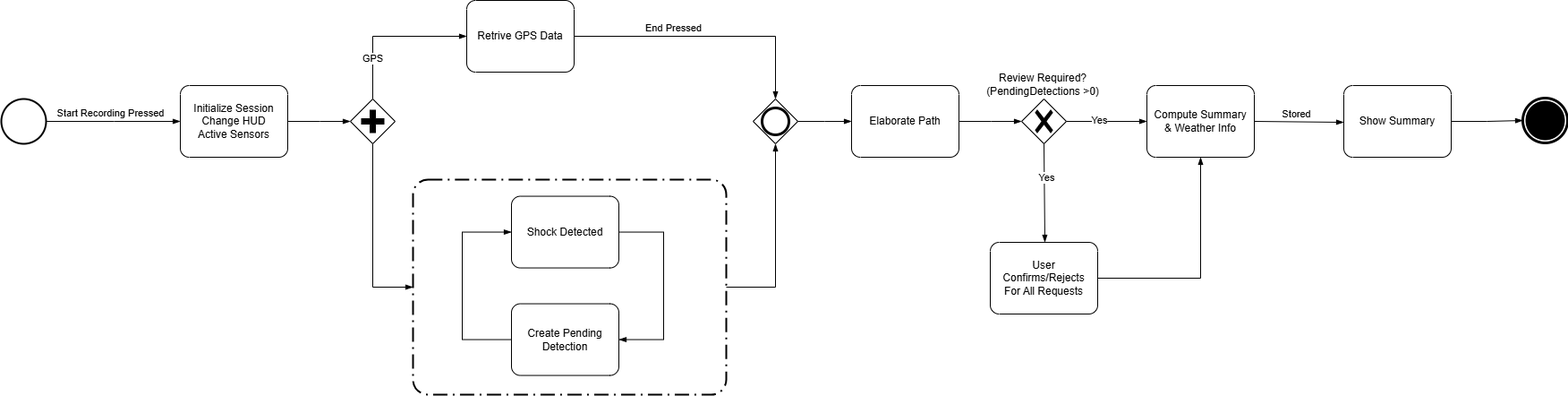
jacopobellosi/Bellosi-Montanelli-Tempobono keeps this draw.io diagram as RASD/LaTeXCode/images/StateDiagrams/AutomaticRecording.drawio.png. Above is the earlier version. Source tidied: cells renumbered, new cells last; positions are measured from the earlier drawing's top-left corner, leaving out a move shared by most shapes.
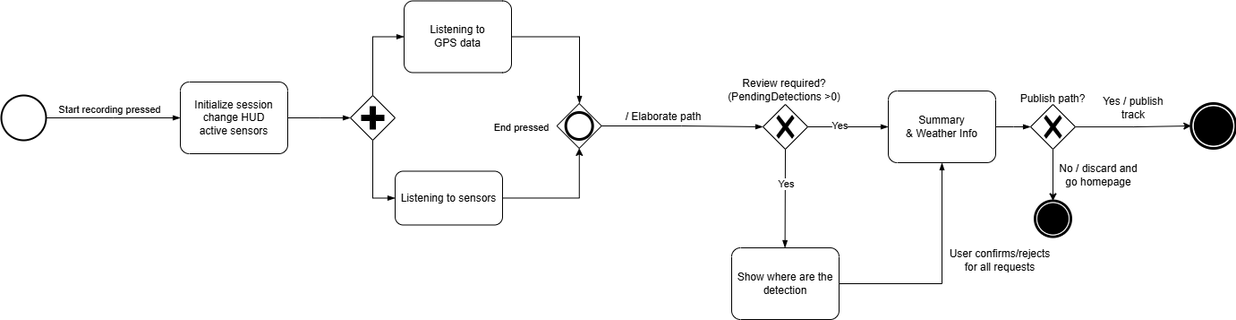
After the commit.

Change to the diagram source:
```diff
@@ -2,9 +2,6 @@
   <root>
     <mxCell id="0" />
     <mxCell id="1" parent="0" />
-    <mxCell id="2" style="points=[[0.25,0,0],[0.5,0,0],[0.75,0,0],[1,0.25,0],[1,0.5,0],[1,0.75,0],[0.75,1,0],[0.5,1,0],[0.25,1,0],[0,0.75,0],[0,0.5,0],[0,0.25,0]];rounded=1;arcSize=7;dashed=1;fillColor=none;gradientColor=none;dashPattern=8 3 1 3;strokeWidth=2;whiteSpace=wrap;html=1;shadow=0;" parent="1" vertex="1">
-      <mxGeometry x="460" y="200" width="350" height="240" as="geometry" />
-    </mxCell>
     <mxCell id="3" style="strokeWidth=2;html=1;shape=mxgraph.flowchart.start_2;whiteSpace=wrap;" parent="1" vertex="1">
       <mxGeometry y="110" width="50" height="50" as="geometry" />
     </mxCell>
@@ -13,12 +10,12 @@
         <mxPoint x="200" y="135" as="targetPoint" />
       </mxGeometry>
     </mxCell>
-    <mxCell id="5" value="Start Recording Pressed" style="edgeLabel;html=1;align=center;verticalAlign=middle;" parent="4" vertex="1">
+    <mxCell id="5" value="Start recording pressed" style="edgeLabel;html=1;align=center;verticalAlign=middle;" parent="4" vertex="1">
       <mxGeometry x="-0.15" y="1" relative="1" as="geometry">
         <mxPoint x="7" y="-9" as="offset" />
       </mxGeometry>
     </mxCell>
-    <mxCell id="6" value="Initialize Session&lt;div&gt;Change HUD&lt;/div&gt;&lt;div&gt;Active Sensors&lt;/div&gt;" style="points=[[0.25,0,0],[0.5,0,0],[0.75,0,0],[1,0.25,0],[1,0.5,0],[1,0.75,0],[0.75,1,0],[0.5,1,0],[0.25,1,0],[0,0.75,0],[0,0.5,0],[0,0.25,0]];shape=mxgraph.bpmn.task2;whiteSpace=wrap;rectStyle=rounded;size=10;html=1;taskMarker=abstract;" parent="1" vertex="1">
+    <mxCell id="6" value="Initialize session&lt;div&gt;change HUD&lt;/div&gt;&lt;div&gt;active sensors&lt;/div&gt;" style="points=[[0.25,0,0],[0.5,0,0],[0.75,0,0],[1,0.25,0],[1,0.5,0],[1,0.75,0],[0.75,1,0],[0.5,1,0],[0.25,1,0],[0,0.75,0],[0,0.5,0],[0,0.25,0]];shape=mxgraph.bpmn.task2;whiteSpace=wrap;rectStyle=rounded;size=10;html=1;taskMarker=abstract;" parent="1" vertex="1">
       <mxGeometry x="200" y="95" width="120" height="80" as="geometry" />
     </mxCell>
     <mxCell id="7" style="edgeStyle=elbowEdgeStyle;fontSize=12;html=1;endArrow=blockThin;endFill=1;rounded=0;exitX=1;exitY=0.5;exitDx=0;exitDy=0;exitPerimeter=0;entryX=0;entryY=0.5;entryDx=0;entryDy=0;entryPerimeter=0;" parent="1" edge="1" source="6" target="8">
@@ -27,15 +24,9 @@
     <mxCell id="8" style="points=[[0.25,0.25,0],[0.5,0,0],[0.75,0.25,0],[1,0.5,0],[0.75,0.75,0],[0.5,1,0],[0.25,0.75,0],[0,0.5,0]];shape=mxgraph.bpmn.gateway2;html=1;verticalLabelPosition=bottom;labelBackgroundColor=#ffffff;verticalAlign=top;align=center;perimeter=rhombusPerimeter;outlineConnect=0;outline=none;symbol=none;gwType=parallel;" parent="1" vertex="1">
       <mxGeometry x="390" y="110" width="50" height="50" as="geometry" />
     </mxCell>
-    <mxCell id="9" value="Retrive GPS Data" style="points=[[0.25,0,0],[0.5,0,0],[0.75,0,0],[1,0.25,0],[1,0.5,0],[1,0.75,0],[0.75,1,0],[0.5,1,0],[0.25,1,0],[0,0.75,0],[0,0.5,0],[0,0.25,0]];shape=mxgraph.bpmn.task2;whiteSpace=wrap;rectStyle=rounded;size=10;html=1;taskMarker=abstract;" parent="1" vertex="1">
-      <mxGeometry x="520" width="120" height="80" as="geometry" />
+    <mxCell id="9" value="Listening to &lt;br&gt;GPS data" style="points=[[0.25,0,0],[0.5,0,0],[0.75,0,0],[1,0.25,0],[1,0.5,0],[1,0.75,0],[0.75,1,0],[0.5,1,0],[0.25,1,0],[0,0.75,0],[0,0.5,0],[0,0.25,0]];shape=mxgraph.bpmn.task2;whiteSpace=wrap;rectStyle=rounded;size=10;html=1;taskMarker=abstract;" parent="1" vertex="1">
+      <mxGeometry x="450" y="4.5" width="120" height="80" as="geometry" />
     </mxCell>
-    <mxCell id="10" value="Shock Detected" style="points=[[0.25,0,0],[0.5,0,0],[0.75,0,0],[1,0.25,0],[1,0.5,0],[1,0.75,0],[0.75,1,0],[0.5,1,0],[0.25,1,0],[0,0.75,0],[0,0.5,0],[0,0.25,0]];shape=mxgraph.bpmn.task2;whiteSpace=wrap;rectStyle=rounded;size=10;html=1;taskMarker=abstract;" parent="1" vertex="1">
-      <mxGeometry x="570" y="218.6" width="120" height="80" as="geometry" />
-    </mxCell>
-    <mxCell id="11" value="Create Pending&lt;div&gt;Detection&lt;/div&gt;" style="points=[[0.25,0,0],[0.5,0,0],[0.75,0,0],[1,0.25,0],[1,0.5,0],[1,0.75,0],[0.75,1,0],[0.5,1,0],[0.25,1,0],[0,0.75,0],[0,0.5,0],[0,0.25,0]];shape=mxgraph.bpmn.task2;whiteSpace=wrap;rectStyle=rounded;size=10;html=1;taskMarker=abstract;" parent="1" vertex="1">
-      <mxGeometry x="570" y="338.6" width="120" height="80" as="geometry" />
-    </mxCell>
     <mxCell id="12" style="edgeStyle=elbowEdgeStyle;fontSize=12;html=1;endArrow=blockThin;endFill=1;rounded=0;exitX=0.5;exitY=0;exitDx=0;exitDy=0;exitPerimeter=0;entryX=0;entryY=0.5;entryDx=0;entryDy=0;entryPerimeter=0;" parent="1" edge="1" source="8" target="9">
       <mxGeometry relative="1" as="geometry">
         <Array as="points">
@@ -43,30 +34,10 @@
         </Array>
       </mxGeometry>
     </mxCell>
-    <mxCell id="13" value="GPS" style="edgeLabel;html=1;align=center;verticalAlign=middle;" parent="12" vertex="1">
-      <mxGeometry x="-0.48" y="1" relative="1" as="geometry" />
-    </mxCell>
-    <mxCell id="14" style="edgeStyle=elbowEdgeStyle;fontSize=12;html=1;endArrow=blockThin;endFill=1;rounded=0;exitX=0;exitY=0.5;exitDx=0;exitDy=0;exitPerimeter=0;entryX=0;entryY=0.5;entryDx=0;entryDy=0;entryPerimeter=0;" parent="1" edge="1" source="11" target="10">
-      <mxGeometry relative="1" as="geometry">
-        <Array as="points">
-          <mxPoint x="515" y="328.6" />
-        </Array>
-      </mxGeometry>
-    </mxCell>
-    <mxCell id="15" style="edgeStyle=elbowEdgeStyle;fontSize=12;html=1;endArrow=blockThin;endFill=1;rounded=0;exitX=1;exitY=0.5;exitDx=0;exitDy=0;exitPerimeter=0;entryX=1;entryY=0.5;entryDx=0;entryDy=0;entryPerimeter=0;" parent="1" edge="1" source="10" target="11">
-      <mxGeometry relative="1" as="geometry">
-        <Array as="points">
-          <mxPoint x="740" y="318.6" />
-        </Array>
-      </mxGeometry>
-    </mxCell>
-    <mxCell id="16" value="Elaborate Path" style="points=[[0.25,0,0],[0.5,0,0],[0.75,0,0],[1,0.25,0],[1,0.5,0],[1,0.75,0],[0.75,1,0],[0.5,1,0],[0.25,1,0],[0,0.75,0],[0,0.5,0],[0,0.25,0]];shape=mxgraph.bpmn.task2;whiteSpace=wrap;rectStyle=rounded;size=10;html=1;taskMarker=abstract;" parent="1" vertex="1">
-      <mxGeometry x="950" y="95" width="120" height="80" as="geometry" />
-    </mxCell>
     <mxCell id="17" style="points=[[0.25,0.25,0],[0.5,0,0],[0.75,0.25,0],[1,0.5,0],[0.75,0.75,0],[0.5,1,0],[0.25,0.75,0],[0,0.5,0]];shape=mxgraph.bpmn.gateway2;html=1;verticalLabelPosition=bottom;labelBackgroundColor=#ffffff;verticalAlign=top;align=center;perimeter=rhombusPerimeter;outlineConnect=0;outline=end;symbol=general;" parent="1" vertex="1">
-      <mxGeometry x="840" y="110" width="50" height="50" as="geometry" />
+      <mxGeometry x="620.7" y="119" width="50" height="50" as="geometry" />
     </mxCell>
-    <mxCell id="18" style="edgeStyle=elbowEdgeStyle;fontSize=12;html=1;endArrow=blockThin;endFill=1;rounded=0;exitX=0.5;exitY=1;exitDx=0;exitDy=0;exitPerimeter=0;entryX=0;entryY=0.5;entryDx=0;entryDy=0;entryPerimeter=0;" parent="1" edge="1" source="8" target="2">
+    <mxCell id="18" style="edgeStyle=elbowEdgeStyle;fontSize=12;html=1;endArrow=blockThin;endFill=1;rounded=0;exitX=0.5;exitY=1;exitDx=0;exitDy=0;exitPerimeter=0;entryX=0;entryY=0.5;entryDx=0;entryDy=0;entryPerimeter=0;" parent="1" edge="1" source="8" target="48">
       <mxGeometry relative="1" as="geometry">
         <Array as="points">
           <mxPoint x="415" y="240" />
@@ -76,39 +47,29 @@
     <mxCell id="19" style="edgeStyle=elbowEdgeStyle;fontSize=12;html=1;endArrow=blockThin;endFill=1;rounded=0;exitX=1;exitY=0.5;exitDx=0;exitDy=0;exitPerimeter=0;entryX=0.5;entryY=0;entryDx=0;entryDy=0;entryPerimeter=0;" parent="1" edge="1" source="9" target="17">
       <mxGeometry relative="1" as="geometry">
         <Array as="points">
-          <mxPoint x="865" y="70" />
+          <mxPoint x="646" y="74.5" />
         </Array>
       </mxGeometry>
     </mxCell>
-    <mxCell id="20" value="End Pressed" style="edgeLabel;html=1;align=center;verticalAlign=middle;" parent="19" vertex="1">
+    <mxCell id="20" value="End pressed" style="edgeLabel;html=1;align=center;verticalAlign=middle;" parent="19" vertex="1">
       <mxGeometry x="-0.23" y="2" relative="1" as="geometry">
-        <mxPoint x="-4" y="-8" as="offset" />
+        <mxPoint x="-48" y="103" as="offset" />
       </mxGeometry>
     </mxCell>
-    <mxCell id="21" style="edgeStyle=elbowEdgeStyle;fontSize=12;html=1;endArrow=blockThin;endFill=1;rounded=0;exitX=1;exitY=0.5;exitDx=0;exitDy=0;exitPerimeter=0;entryX=0.5;entryY=1;entryDx=0;entryDy=0;entryPerimeter=0;" parent="1" edge="1" source="2" target="17">
-      <mxGeometry relative="1" as="geometry">
-        <Array as="points">
-          <mxPoint x="865" y="240" />
-        </Array>
-      </mxGeometry>
-    </mxCell>
-    <mxCell id="22" style="edgeStyle=elbowEdgeStyle;fontSize=12;html=1;endArrow=blockThin;endFill=1;rounded=0;exitX=1;exitY=0.5;exitDx=0;exitDy=0;exitPerimeter=0;entryX=0;entryY=0.5;entryDx=0;entryDy=0;entryPerimeter=0;" parent="1" edge="1" source="17" target="16">
-      <mxGeometry relative="1" as="geometry" />
-    </mxCell>
-    <mxCell id="23" style="edgeStyle=elbowEdgeStyle;fontSize=12;html=1;endArrow=blockThin;endFill=1;rounded=0;exitX=1;exitY=0.5;exitDx=0;exitDy=0;exitPerimeter=0;entryX=0;entryY=0.5;entryDx=0;entryDy=0;entryPerimeter=0;" parent="1" edge="1" source="16" target="24">
+    <mxCell id="23" style="edgeStyle=elbowEdgeStyle;fontSize=12;html=1;endArrow=blockThin;endFill=1;rounded=0;exitX=1;exitY=0.5;exitDx=0;exitDy=0;exitPerimeter=0;entryX=0;entryY=0.5;entryDx=0;entryDy=0;entryPerimeter=0;" parent="1" edge="1" source="17" target="24">
       <mxGeometry relative="1" as="geometry" />
     </mxCell>
     <mxCell id="24" style="points=[[0.25,0.25,0],[0.5,0,0],[0.75,0.25,0],[1,0.5,0],[0.75,0.75,0],[0.5,1,0],[0.25,0.75,0],[0,0.5,0]];shape=mxgraph.bpmn.gateway2;html=1;verticalLabelPosition=bottom;labelBackgroundColor=#ffffff;verticalAlign=top;align=center;perimeter=rhombusPerimeter;outlineConnect=0;outline=none;symbol=none;gwType=exclusive;" parent="1" vertex="1">
-      <mxGeometry x="1140" y="110" width="50" height="50" as="geometry" />
+      <mxGeometry x="851" y="120" width="50" height="50" as="geometry" />
     </mxCell>
-    <mxCell id="25" value="Review Required?&lt;div&gt;(PendingDetections &amp;gt;0)&lt;/div&gt;" style="text;html=1;whiteSpace=wrap;strokeColor=none;fillColor=none;align=center;verticalAlign=middle;rounded=0;" parent="1" vertex="1">
-      <mxGeometry x="1099" y="79" width="130" height="30" as="geometry" />
+    <mxCell id="25" value="Review required?&lt;div&gt;(PendingDetections &amp;gt;0)&lt;/div&gt;" style="text;html=1;whiteSpace=wrap;strokeColor=none;fillColor=none;align=center;verticalAlign=middle;rounded=0;" parent="1" vertex="1">
+      <mxGeometry x="810" y="89" width="130" height="30" as="geometry" />
     </mxCell>
-    <mxCell id="26" value="Compute Summary&lt;div&gt;&amp;amp; Weather Info&lt;/div&gt;" style="points=[[0.25,0,0],[0.5,0,0],[0.75,0,0],[1,0.25,0],[1,0.5,0],[1,0.75,0],[0.75,1,0],[0.5,1,0],[0.25,1,0],[0,0.75,0],[0,0.5,0],[0,0.25,0]];shape=mxgraph.bpmn.task2;whiteSpace=wrap;rectStyle=rounded;size=10;html=1;taskMarker=abstract;" parent="1" vertex="1">
-      <mxGeometry x="1280" y="95" width="120" height="80" as="geometry" />
+    <mxCell id="26" value="Summary&lt;div&gt;&amp;amp; Weather Info&lt;/div&gt;" style="points=[[0.25,0,0],[0.5,0,0],[0.75,0,0],[1,0.25,0],[1,0.5,0],[1,0.75,0],[0.75,1,0],[0.5,1,0],[0.25,1,0],[0,0.75,0],[0,0.5,0],[0,0.25,0]];shape=mxgraph.bpmn.task2;whiteSpace=wrap;rectStyle=rounded;size=10;html=1;taskMarker=abstract;" parent="1" vertex="1">
+      <mxGeometry x="991" y="105" width="120" height="80" as="geometry" />
     </mxCell>
-    <mxCell id="27" value="User Confirms/Rejects&lt;div&gt;For All Requests&lt;/div&gt;" style="points=[[0.25,0,0],[0.5,0,0],[0.75,0,0],[1,0.25,0],[1,0.5,0],[1,0.75,0],[0.75,1,0],[0.5,1,0],[0.25,1,0],[0,0.75,0],[0,0.5,0],[0,0.25,0]];shape=mxgraph.bpmn.task2;whiteSpace=wrap;rectStyle=rounded;size=10;html=1;taskMarker=abstract;" parent="1" vertex="1">
-      <mxGeometry x="1105" y="270" width="120" height="80" as="geometry" />
+    <mxCell id="27" value="Show where are the detection" style="points=[[0.25,0,0],[0.5,0,0],[0.75,0,0],[1,0.25,0],[1,0.5,0],[1,0.75,0],[0.75,1,0],[0.5,1,0],[0.25,1,0],[0,0.75,0],[0,0.5,0],[0,0.25,0]];shape=mxgraph.bpmn.task2;whiteSpace=wrap;rectStyle=rounded;size=10;html=1;taskMarker=abstract;" parent="1" vertex="1">
+      <mxGeometry x="816" y="280" width="120" height="80" as="geometry" />
     </mxCell>
     <mxCell id="28" style="edgeStyle=elbowEdgeStyle;fontSize=12;html=1;endArrow=blockThin;endFill=1;rounded=0;exitX=0.5;exitY=1;exitDx=0;exitDy=0;exitPerimeter=0;entryX=0.5;entryY=0;entryDx=0;entryDy=0;entryPerimeter=0;" parent="1" edge="1" source="24" target="27">
       <mxGeometry relative="1" as="geometry" />
@@ -118,7 +79,7 @@
     </mxCell>
     <mxCell id="30" style="edgeStyle=elbowEdgeStyle;fontSize=12;html=1;endArrow=blockThin;endFill=1;rounded=0;exitX=1;exitY=0.5;exitDx=0;exitDy=0;exitPerimeter=0;" parent="1" edge="1" source="24">
       <mxGeometry relative="1" as="geometry">
-        <mxPoint x="1280" y="135" as="targetPoint" />
+        <mxPoint x="991" y="145" as="targetPoint" />
       </mxGeometry>
     </mxCell>
     <mxCell id="31" value="Yes" style="edgeLabel;html=1;align=center;verticalAlign=middle;" parent="30" vertex="1">
@@ -127,26 +88,48 @@
     <mxCell id="32" style="edgeStyle=elbowEdgeStyle;fontSize=12;html=1;endArrow=blockThin;endFill=1;rounded=0;exitX=1;exitY=0.5;exitDx=0;exitDy=0;exitPerimeter=0;entryX=0.5;entryY=1;entryDx=0;entryDy=0;entryPerimeter=0;" parent="1" edge="1" source="27" target="26">
       <mxGeometry relative="1" as="geometry">
         <Array as="points">
-          <mxPoint x="1340" y="250" />
+          <mxPoint x="1051" y="260" />
         </Array>
       </mxGeometry>
     </mxCell>
-    <mxCell id="33" style="edgeStyle=elbowEdgeStyle;fontSize=12;html=1;endArrow=blockThin;endFill=1;rounded=0;exitX=1;exitY=0.5;exitDx=0;exitDy=0;exitPerimeter=0;elbow=vertical;entryX=0;entryY=0.5;entryDx=0;entryDy=0;entryPerimeter=0;" parent="1" edge="1" source="26" target="35">
-      <mxGeometry relative="1" as="geometry" />
-    </mxCell>
-    <mxCell id="34" value="Stored" style="edgeLabel;html=1;align=center;verticalAlign=middle;" parent="33" vertex="1">
-      <mxGeometry x="-0.11" y="1" relative="1" as="geometry">
-        <mxPoint x="1" y="-9" as="offset" />
-      </mxGeometry>
-    </mxCell>
-    <mxCell id="35" value="Show Summary" style="points=[[0.25,0,0],[0.5,0,0],[0.75,0,0],[1,0.25,0],[1,0.5,0],[1,0.75,0],[0.75,1,0],[0.5,1,0],[0.25,1,0],[0,0.75,0],[0,0.5,0],[0,0.25,0]];shape=mxgraph.bpmn.task2;whiteSpace=wrap;rectStyle=rounded;size=10;html=1;taskMarker=abstract;" parent="1" vertex="1">
-      <mxGeometry x="1500" y="95" width="120" height="80" as="geometry" />
-    </mxCell>
-    <mxCell id="36" style="edgeStyle=elbowEdgeStyle;fontSize=12;html=1;endArrow=blockThin;endFill=1;rounded=0;exitX=1;exitY=0.5;exitDx=0;exitDy=0;exitPerimeter=0;entryX=0;entryY=0.5;entryDx=0;entryDy=0;entryPerimeter=0;" parent="1" edge="1" source="35" target="37">
+    <mxCell id="36" style="edgeStyle=elbowEdgeStyle;fontSize=12;html=1;endArrow=blockThin;endFill=1;rounded=0;exitX=1;exitY=0.5;exitDx=0;exitDy=0;exitPerimeter=0;entryX=0;entryY=0.5;entryDx=0;entryDy=0;entryPerimeter=0;" parent="1" edge="1" source="26" target="42">
       <mxGeometry relative="1" as="geometry" />
     </mxCell>
     <mxCell id="37" style="points=[[0.145,0.145,0],[0.5,0,0],[0.855,0.145,0],[1,0.5,0],[0.855,0.855,0],[0.5,1,0],[0.145,0.855,0],[0,0.5,0]];shape=mxgraph.bpmn.event;html=1;verticalLabelPosition=bottom;labelBackgroundColor=#ffffff;verticalAlign=top;align=center;perimeter=ellipsePerimeter;outlineConnect=0;outline=end;symbol=terminate;" parent="1" vertex="1">
-      <mxGeometry x="1700" y="109" width="50" height="50" as="geometry" />
+      <mxGeometry x="1329.3" y="119" width="50" height="50" as="geometry" />
     </mxCell>
+    <mxCell id="38" value="User confirms/rejects&lt;div&gt;for all requests&lt;/div&gt;" style="text;html=1;whiteSpace=wrap;strokeColor=none;fillColor=none;align=center;verticalAlign=middle;rounded=0;" parent="1" vertex="1">
+      <mxGeometry x="1051" y="278.6" width="130" height="30" as="geometry" />
+    </mxCell>
+    <mxCell id="39" value="/ Elaborate path" style="text;html=1;whiteSpace=wrap;strokeColor=none;fillColor=none;align=center;verticalAlign=middle;rounded=0;" parent="1" vertex="1">
+      <mxGeometry x="680" y="119" width="120" height="30" as="geometry" />
+    </mxCell>
+    <mxCell id="40" style="edgeStyle=orthogonalEdgeStyle;rounded=0;jettySize=auto;html=1;" parent="1" edge="1" source="42" target="37">
+      <mxGeometry relative="1" as="geometry" />
+    </mxCell>
+    <mxCell id="41" style="edgeStyle=orthogonalEdgeStyle;rounded=0;jettySize=auto;html=1;entryX=0.5;entryY=0;entryDx=0;entryDy=0;entryPerimeter=0;" parent="1" edge="1" source="42" target="44">
+      <mxGeometry relative="1" as="geometry" />
+    </mxCell>
+    <mxCell id="42" style="points=[[0.25,0.25,0],[0.5,0,0],[0.75,0.25,0],[1,0.5,0],[0.75,0.75,0],[0.5,1,0],[0.25,0.75,0],[0,0.5,0]];shape=mxgraph.bpmn.gateway2;html=1;verticalLabelPosition=bottom;labelBackgroundColor=#ffffff;verticalAlign=top;align=center;perimeter=rhombusPerimeter;outlineConnect=0;outline=none;symbol=none;gwType=exclusive;" parent="1" vertex="1">
+      <mxGeometry x="1150" y="120" width="50" height="50" as="geometry" />
+    </mxCell>
+    <mxCell id="43" value="Publish path?" style="text;html=1;whiteSpace=wrap;strokeColor=none;fillColor=none;align=center;verticalAlign=middle;rounded=0;" parent="1" vertex="1">
+      <mxGeometry x="1130" y="99" width="90" height="30" as="geometry" />
+    </mxCell>
+    <mxCell id="44" style="points=[[0.145,0.145,0],[0.5,0,0],[0.855,0.145,0],[1,0.5,0],[0.855,0.855,0],[0.5,1,0],[0.145,0.855,0],[0,0.5,0]];shape=mxgraph.bpmn.event;html=1;verticalLabelPosition=bottom;labelBackgroundColor=#ffffff;verticalAlign=top;align=center;perimeter=ellipsePerimeter;outlineConnect=0;outline=end;symbol=terminate;" parent="1" vertex="1">
+      <mxGeometry x="1155" y="227.6" width="40" height="40" as="geometry" />
+    </mxCell>
+    <mxCell id="45" value="No / discard and go homepage" style="text;html=1;whiteSpace=wrap;strokeColor=none;fillColor=none;align=center;verticalAlign=middle;rounded=0;" parent="1" vertex="1">
+      <mxGeometry x="1181" y="184" width="90" height="30" as="geometry" />
+    </mxCell>
+    <mxCell id="46" value="Yes / publish track" style="text;html=1;whiteSpace=wrap;strokeColor=none;fillColor=none;align=center;verticalAlign=middle;rounded=0;" parent="1" vertex="1">
+      <mxGeometry x="1220" y="109" width="90" height="30" as="geometry" />
+    </mxCell>
+    <mxCell id="47" style="edgeStyle=orthogonalEdgeStyle;rounded=0;jettySize=auto;html=1;" parent="1" edge="1" source="48" target="17">
+      <mxGeometry relative="1" as="geometry" />
+    </mxCell>
+    <mxCell id="48" value="Listening to sensors" style="rounded=1;whiteSpace=wrap;html=1;" parent="1" vertex="1">
+      <mxGeometry x="440" y="194.5" width="120" height="60" as="geometry" />
+    </mxCell>
   </root>
 </mxGraphModel>
```
